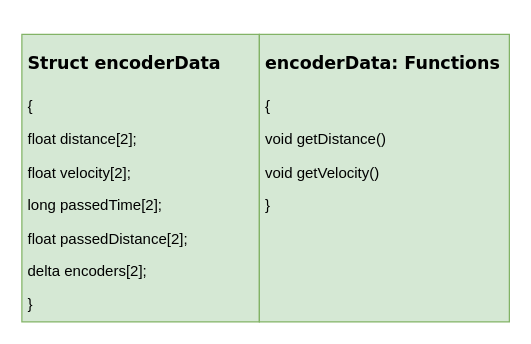
This is encoderData.drawio from ZynLightning/Main-test, a draw.io file, before an edit. Source tidied: cells renumbered, new cells numbered last; positions are measured from the earlier drawing's top-left corner, leaving out a move shared by most shapes. Both pictures are drawn from the tidied source at 125%, with x=0, y=0 at pixel (21, 34).
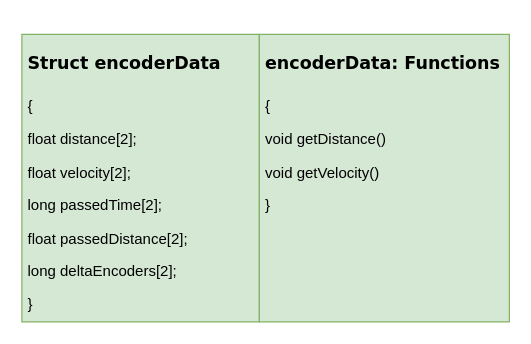
Above is the later version.

Change to the diagram source:
```diff
@@
 <mxGraphModel>
   <root>
     <mxCell id="0" />
     <mxCell id="1" parent="0" />
-    <mxCell id="2" value="&lt;h1&gt;&lt;font style=&quot;font-size: 14px;&quot; face=&quot;Verdana&quot;&gt;Struct encoderData&lt;/font&gt;&lt;/h1&gt;&lt;p&gt;&lt;font style=&quot;font-size: 12px;&quot; face=&quot;vWl9eP2x1LKHVzwdsh9Y&quot;&gt;{&lt;/font&gt;&lt;/p&gt;&lt;p&gt;&lt;font style=&quot;font-size: 12px;&quot; face=&quot;vWl9eP2x1LKHVzwdsh9Y&quot;&gt;&lt;span style=&quot;white-space: pre;&quot;&gt;float distance[2];&lt;/span&gt;&lt;/font&gt;&lt;/p&gt;&lt;p&gt;&lt;font style=&quot;font-size: 12px;&quot; face=&quot;vWl9eP2x1LKHVzwdsh9Y&quot;&gt;&lt;span style=&quot;white-space: pre;&quot;&gt;float velocity[2];&lt;/span&gt;&lt;/font&gt;&lt;/p&gt;&lt;p&gt;&lt;font style=&quot;font-size: 12px;&quot; face=&quot;vWl9eP2x1LKHVzwdsh9Y&quot;&gt;&lt;span style=&quot;white-space: pre;&quot;&gt;long passedTime[2];&lt;/span&gt;&lt;/font&gt;&lt;/p&gt;&lt;p&gt;&lt;font style=&quot;font-size: 12px;&quot; face=&quot;vWl9eP2x1LKHVzwdsh9Y&quot;&gt;&lt;span style=&quot;white-space: pre;&quot;&gt;float passedDistance[2];&lt;/span&gt;&lt;/font&gt;&lt;/p&gt;&lt;p&gt;&lt;font face=&quot;vWl9eP2x1LKHVzwdsh9Y&quot;&gt;&lt;span style=&quot;white-space: pre;&quot;&gt;delta encoders[2];&lt;/span&gt;&lt;/font&gt;&lt;br&gt;&lt;/p&gt;&lt;p&gt;&lt;font style=&quot;font-size: 12px;&quot; face=&quot;vWl9eP2x1LKHVzwdsh9Y&quot;&gt;}&lt;/font&gt;&lt;/p&gt;" style="text;html=1;strokeColor=#82b366;fillColor=#d5e8d4;spacing=5;spacingTop=-20;whiteSpace=wrap;overflow=hidden;rounded=0;" parent="1" vertex="1">
+    <mxCell id="2" value="&lt;h1&gt;&lt;font style=&quot;font-size: 14px;&quot; face=&quot;Verdana&quot;&gt;Struct encoderData&lt;/font&gt;&lt;/h1&gt;&lt;p&gt;&lt;font style=&quot;font-size: 12px;&quot; face=&quot;vWl9eP2x1LKHVzwdsh9Y&quot;&gt;{&lt;/font&gt;&lt;/p&gt;&lt;p&gt;&lt;font style=&quot;font-size: 12px;&quot; face=&quot;vWl9eP2x1LKHVzwdsh9Y&quot;&gt;&lt;span style=&quot;white-space: pre;&quot;&gt;float distance[2];&lt;/span&gt;&lt;/font&gt;&lt;/p&gt;&lt;p&gt;&lt;font style=&quot;font-size: 12px;&quot; face=&quot;vWl9eP2x1LKHVzwdsh9Y&quot;&gt;&lt;span style=&quot;white-space: pre;&quot;&gt;float velocity[2];&lt;/span&gt;&lt;/font&gt;&lt;/p&gt;&lt;p&gt;&lt;font style=&quot;font-size: 12px;&quot; face=&quot;vWl9eP2x1LKHVzwdsh9Y&quot;&gt;&lt;span style=&quot;white-space: pre;&quot;&gt;long passedTime[2];&lt;/span&gt;&lt;/font&gt;&lt;/p&gt;&lt;p&gt;&lt;font style=&quot;font-size: 12px;&quot; face=&quot;vWl9eP2x1LKHVzwdsh9Y&quot;&gt;&lt;span style=&quot;white-space: pre;&quot;&gt;float passedDistance[2];&lt;/span&gt;&lt;/font&gt;&lt;/p&gt;&lt;p&gt;&lt;font face=&quot;vWl9eP2x1LKHVzwdsh9Y&quot;&gt;&lt;span style=&quot;white-space: pre;&quot;&gt;long deltaEncoders[2];&lt;/span&gt;&lt;/font&gt;&lt;br&gt;&lt;/p&gt;&lt;p&gt;&lt;font style=&quot;font-size: 12px;&quot; face=&quot;vWl9eP2x1LKHVzwdsh9Y&quot;&gt;}&lt;/font&gt;&lt;/p&gt;" style="text;html=1;strokeColor=#82b366;fillColor=#d5e8d4;spacing=5;spacingTop=-20;whiteSpace=wrap;overflow=hidden;rounded=0;" parent="1" vertex="1">
       <mxGeometry width="190" height="230" as="geometry" />
     </mxCell>
     <mxCell id="3" value="&lt;h1&gt;&lt;font face=&quot;Verdana&quot;&gt;&lt;span style=&quot;font-size: 14px;&quot;&gt;encoderData: Functions&lt;/span&gt;&lt;/font&gt;&lt;/h1&gt;&lt;p&gt;&lt;font style=&quot;font-size: 12px;&quot; face=&quot;vWl9eP2x1LKHVzwdsh9Y&quot;&gt;{&lt;/font&gt;&lt;/p&gt;&lt;p&gt;&lt;font face=&quot;vWl9eP2x1LKHVzwdsh9Y&quot;&gt;&lt;span style=&quot;white-space: pre;&quot;&gt;void getDistance()&lt;/span&gt;&lt;/font&gt;&lt;/p&gt;&lt;p&gt;&lt;font face=&quot;vWl9eP2x1LKHVzwdsh9Y&quot;&gt;&lt;span style=&quot;white-space: pre;&quot;&gt;void getVelocity()&lt;/span&gt;&lt;/font&gt;&lt;/p&gt;&lt;p&gt;&lt;font style=&quot;font-size: 12px;&quot; face=&quot;vWl9eP2x1LKHVzwdsh9Y&quot;&gt;}&lt;/font&gt;&lt;/p&gt;" style="text;html=1;strokeColor=#82b366;fillColor=#d5e8d4;spacing=5;spacingTop=-20;whiteSpace=wrap;overflow=hidden;rounded=0;" parent="1" vertex="1">
       <mxGeometry x="190" width="200" height="230" as="geometry" />
     </mxCell>
   </root>
 </mxGraphModel>
```
